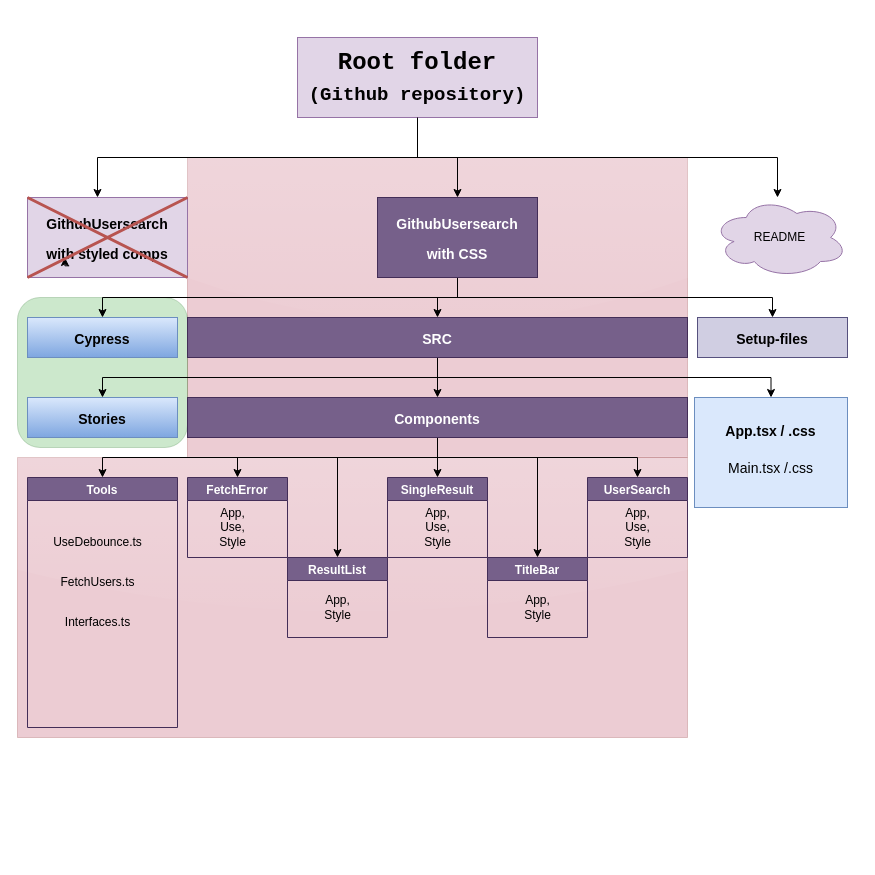
Before: Repository_plan.drawio in jyeri/GithubUsersearch, a draw.io diagram. Source tidied: cells renumbered, new cells numbered last; positions are measured from the earlier drawing's top-left corner, leaving out a move shared by most shapes. Both pictures are drawn from the tidied source at 100%, with x=0, y=0 at pixel (17, 37).
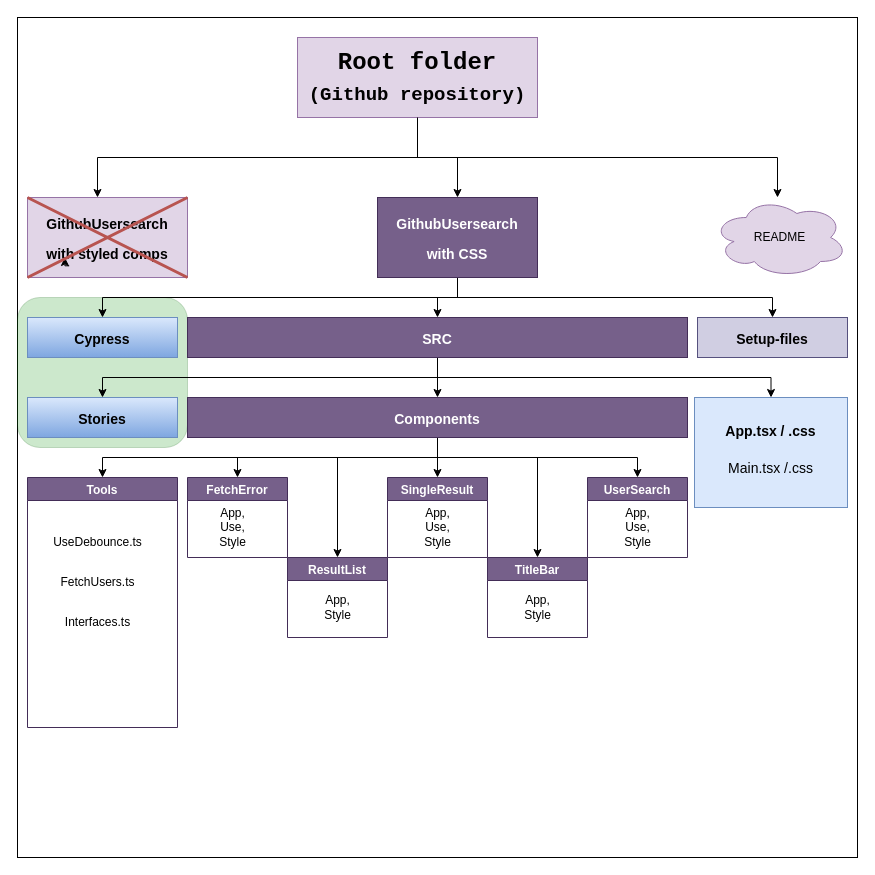
The same page after the edit.

The edit, as a diff of the source:
```diff
@@
-    <mxCell id="2" style="rounded=0;whiteSpace=wrap;html=1;fillColor=#a20025;fontColor=#ffffff;strokeColor=#6F0000;opacity=20;glass=1;" parent="1" vertex="1">
-      <mxGeometry x="170" y="120" width="500" height="300" as="geometry" />
-    </mxCell>
+    <mxCell id="49" style="whiteSpace=wrap;html=1;" parent="1" vertex="1">
+      <mxGeometry y="-20" width="840" height="840" as="geometry" />
+    </mxCell>
@@
-    <mxCell id="4" style="rounded=0;whiteSpace=wrap;html=1;fillColor=#a20025;fontColor=#ffffff;strokeColor=#6F0000;opacity=20;glass=1;" parent="1" vertex="1">
-      <mxGeometry y="420" width="670" height="280" as="geometry" />
-    </mxCell>
```
